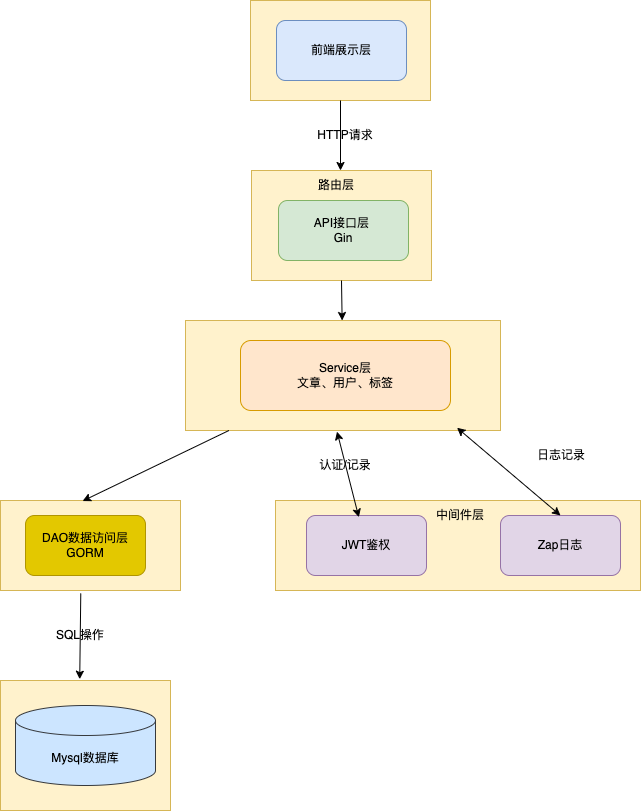
SkyWongHZ/blog_service keeps this draw.io diagram as docs/博客系统搭建/images/博客系统架构图.png. Above is the earlier version. Source tidied: cells renumbered, new cells last; positions are measured from the earlier drawing's top-left corner, leaving out a move shared by most shapes. The source it was exported from:
```xml
<mxGraphModel>
  <root>
    <mxCell id="0" />
    <mxCell id="1" parent="0" />
    <mxCell id="2" style="rounded=0;whiteSpace=wrap;html=1;fillColor=#fff2cc;strokeColor=#d6b656;" parent="1" vertex="1">
      <mxGeometry x="275" y="500" width="365" height="90" as="geometry" />
    </mxCell>
    <mxCell id="3" style="rounded=0;whiteSpace=wrap;html=1;fillColor=#fff2cc;strokeColor=#d6b656;" parent="1" vertex="1">
      <mxGeometry y="680" width="170" height="130" as="geometry" />
    </mxCell>
    <mxCell id="4" style="rounded=0;whiteSpace=wrap;html=1;fillColor=#fff2cc;strokeColor=#d6b656;" parent="1" vertex="1">
      <mxGeometry x="185" y="320" width="315" height="110" as="geometry" />
    </mxCell>
    <mxCell id="5" style="rounded=0;whiteSpace=wrap;html=1;fillColor=#fff2cc;strokeColor=#d6b656;" parent="1" vertex="1">
      <mxGeometry x="251" y="170" width="180" height="110" as="geometry" />
    </mxCell>
    <mxCell id="6" style="rounded=0;whiteSpace=wrap;html=1;fillColor=#fff2cc;strokeColor=#d6b656;" parent="1" vertex="1">
      <mxGeometry x="250" width="180" height="100" as="geometry" />
    </mxCell>
    <mxCell id="7" value="API接口层&amp;nbsp;&lt;br&gt;Gin" style="rounded=1;whiteSpace=wrap;html=1;fillColor=#d5e8d4;strokeColor=#82b366;" parent="1" vertex="1">
      <mxGeometry x="278" y="200" width="130" height="60" as="geometry" />
    </mxCell>
    <mxCell id="8" value="前端展示层" style="rounded=1;whiteSpace=wrap;html=1;fillColor=#dae8fc;strokeColor=#6c8ebf;" parent="1" vertex="1">
      <mxGeometry x="276" y="20" width="130" height="60" as="geometry" />
    </mxCell>
    <mxCell id="9" value="Mysql数据库" style="shape=cylinder3;whiteSpace=wrap;html=1;boundedLbl=1;backgroundOutline=1;size=15;fillColor=#cce5ff;strokeColor=#36393d;" parent="1" vertex="1">
      <mxGeometry x="15" y="705" width="140" height="80" as="geometry" />
    </mxCell>
    <mxCell id="10" value="Service层&lt;br&gt;文章、用户、标签" style="rounded=1;whiteSpace=wrap;html=1;fillColor=#ffe6cc;strokeColor=#d79b00;" parent="1" vertex="1">
      <mxGeometry x="240" y="340" width="210" height="70" as="geometry" />
    </mxCell>
    <mxCell id="11" value="JWT鉴权" style="rounded=1;whiteSpace=wrap;html=1;fillColor=#e1d5e7;strokeColor=#9673a6;" parent="1" vertex="1">
      <mxGeometry x="306" y="515" width="120" height="60" as="geometry" />
    </mxCell>
    <mxCell id="12" value="Zap日志" style="rounded=1;whiteSpace=wrap;html=1;fillColor=#e1d5e7;strokeColor=#9673a6;" parent="1" vertex="1">
      <mxGeometry x="500" y="515" width="120" height="60" as="geometry" />
    </mxCell>
    <mxCell id="13" value="路由层" style="text;strokeColor=none;align=center;fillColor=none;html=1;verticalAlign=middle;whiteSpace=wrap;rounded=0;" parent="1" vertex="1">
      <mxGeometry x="306" y="170" width="60" height="30" as="geometry" />
    </mxCell>
    <mxCell id="14" value="HTTP请求" style="text;strokeColor=none;align=center;fillColor=none;html=1;verticalAlign=middle;whiteSpace=wrap;rounded=0;" parent="1" vertex="1">
      <mxGeometry x="315" y="120" width="60" height="30" as="geometry" />
    </mxCell>
    <mxCell id="15" style="rounded=0;whiteSpace=wrap;html=1;fillColor=#fff2cc;strokeColor=#d6b656;" parent="1" vertex="1">
      <mxGeometry y="500" width="180" height="90" as="geometry" />
    </mxCell>
    <mxCell id="16" value="DAO数据访问层GORM" style="rounded=1;whiteSpace=wrap;html=1;fillColor=#e3c800;fontColor=#000000;strokeColor=#B09500;" parent="1" vertex="1">
      <mxGeometry x="25" y="515" width="120" height="60" as="geometry" />
    </mxCell>
    <mxCell id="17" value="中间件层" style="text;strokeColor=none;align=center;fillColor=none;html=1;verticalAlign=middle;whiteSpace=wrap;rounded=0;" parent="1" vertex="1">
      <mxGeometry x="430" y="500" width="60" height="30" as="geometry" />
    </mxCell>
    <mxCell id="18" value="SQL操作" style="text;strokeColor=none;align=center;fillColor=none;html=1;verticalAlign=middle;whiteSpace=wrap;rounded=0;" parent="1" vertex="1">
      <mxGeometry x="50" y="620" width="60" height="30" as="geometry" />
    </mxCell>
    <mxCell id="19" style="endArrow=classic;html=1;rounded=0;exitX=0.446;exitY=1.033;exitDx=0;exitDy=0;exitPerimeter=0;entryX=0.466;entryY=-0.01;entryDx=0;entryDy=0;entryPerimeter=0;" parent="1" edge="1" source="15" target="3">
      <mxGeometry relative="1" as="geometry" />
    </mxCell>
    <mxCell id="20" value="认证/记录" style="text;strokeColor=none;align=center;fillColor=none;html=1;verticalAlign=middle;whiteSpace=wrap;rounded=0;" parent="1" vertex="1">
      <mxGeometry x="315" y="450" width="60" height="30" as="geometry" />
    </mxCell>
    <mxCell id="21" style="endArrow=classic;startArrow=classic;html=1;rounded=0;entryX=0.481;entryY=1.01;entryDx=0;entryDy=0;entryPerimeter=0;exitX=0.436;exitY=0.029;exitDx=0;exitDy=0;exitPerimeter=0;" parent="1" edge="1" source="11" target="4">
      <mxGeometry relative="1" as="geometry" />
    </mxCell>
    <mxCell id="22" value="日志记录" style="text;strokeColor=none;align=center;fillColor=none;html=1;verticalAlign=middle;whiteSpace=wrap;rounded=0;" parent="1" vertex="1">
      <mxGeometry x="531" y="440" width="60" height="30" as="geometry" />
    </mxCell>
    <mxCell id="23" style="endArrow=classic;html=1;rounded=0;exitX=0.5;exitY=1;exitDx=0;exitDy=0;" parent="1" edge="1" source="6">
      <mxGeometry relative="1" as="geometry">
        <mxPoint x="340" y="170" as="targetPoint" />
      </mxGeometry>
    </mxCell>
    <mxCell id="24" style="endArrow=classic;html=1;rounded=0;exitX=0.5;exitY=1;exitDx=0;exitDy=0;" parent="1" edge="1" source="5" target="4">
      <mxGeometry relative="1" as="geometry" />
    </mxCell>
    <mxCell id="25" style="endArrow=classic;html=1;rounded=0;entryX=0.456;entryY=0.006;entryDx=0;entryDy=0;entryPerimeter=0;" parent="1" edge="1" source="4" target="15">
      <mxGeometry relative="1" as="geometry" />
    </mxCell>
    <mxCell id="26" style="endArrow=classic;startArrow=classic;html=1;rounded=0;exitX=0.862;exitY=0.975;exitDx=0;exitDy=0;exitPerimeter=0;entryX=0.5;entryY=0;entryDx=0;entryDy=0;" parent="1" edge="1" source="4" target="12">
      <mxGeometry relative="1" as="geometry" />
    </mxCell>
  </root>
</mxGraphModel>
```
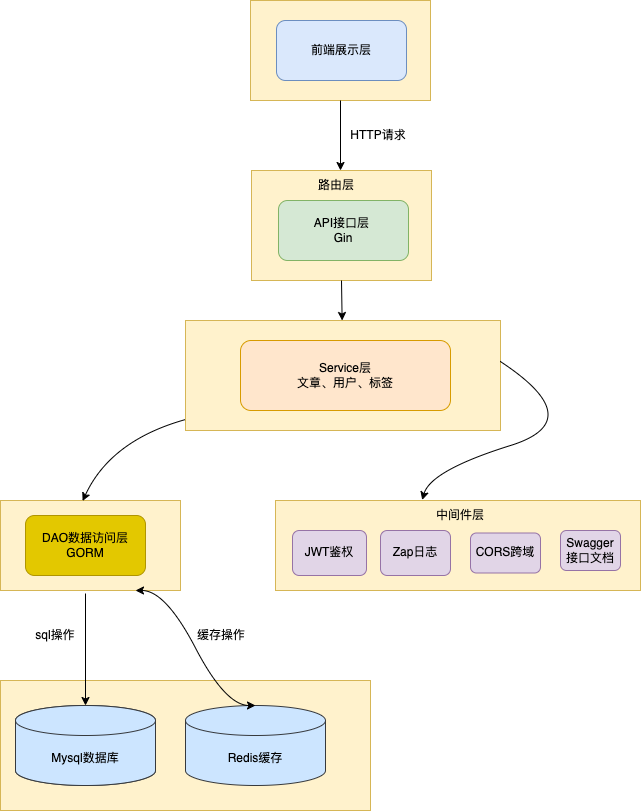
The same diagram one commit later.

What changed in the source:
```diff
@@ -6,7 +6,7 @@
       <mxGeometry x="275" y="500" width="365" height="90" as="geometry" />
     </mxCell>
     <mxCell id="3" style="rounded=0;whiteSpace=wrap;html=1;fillColor=#fff2cc;strokeColor=#d6b656;" parent="1" vertex="1">
-      <mxGeometry y="680" width="170" height="130" as="geometry" />
+      <mxGeometry y="680" width="370" height="130" as="geometry" />
     </mxCell>
     <mxCell id="4" style="rounded=0;whiteSpace=wrap;html=1;fillColor=#fff2cc;strokeColor=#d6b656;" parent="1" vertex="1">
       <mxGeometry x="185" y="320" width="315" height="110" as="geometry" />
@@ -30,16 +30,16 @@
       <mxGeometry x="240" y="340" width="210" height="70" as="geometry" />
     </mxCell>
     <mxCell id="11" value="JWT鉴权" style="rounded=1;whiteSpace=wrap;html=1;fillColor=#e1d5e7;strokeColor=#9673a6;" parent="1" vertex="1">
-      <mxGeometry x="306" y="515" width="120" height="60" as="geometry" />
+      <mxGeometry x="292" y="530" width="74" height="45" as="geometry" />
     </mxCell>
     <mxCell id="12" value="Zap日志" style="rounded=1;whiteSpace=wrap;html=1;fillColor=#e1d5e7;strokeColor=#9673a6;" parent="1" vertex="1">
-      <mxGeometry x="500" y="515" width="120" height="60" as="geometry" />
+      <mxGeometry x="380" y="530" width="70" height="45" as="geometry" />
     </mxCell>
     <mxCell id="13" value="路由层" style="text;strokeColor=none;align=center;fillColor=none;html=1;verticalAlign=middle;whiteSpace=wrap;rounded=0;" parent="1" vertex="1">
       <mxGeometry x="306" y="170" width="60" height="30" as="geometry" />
     </mxCell>
     <mxCell id="14" value="HTTP请求" style="text;strokeColor=none;align=center;fillColor=none;html=1;verticalAlign=middle;whiteSpace=wrap;rounded=0;" parent="1" vertex="1">
-      <mxGeometry x="315" y="120" width="60" height="30" as="geometry" />
+      <mxGeometry x="348" y="120" width="60" height="30" as="geometry" />
     </mxCell>
     <mxCell id="15" style="rounded=0;whiteSpace=wrap;html=1;fillColor=#fff2cc;strokeColor=#d6b656;" parent="1" vertex="1">
       <mxGeometry y="500" width="180" height="90" as="geometry" />
@@ -50,21 +50,11 @@
     <mxCell id="17" value="中间件层" style="text;strokeColor=none;align=center;fillColor=none;html=1;verticalAlign=middle;whiteSpace=wrap;rounded=0;" parent="1" vertex="1">
       <mxGeometry x="430" y="500" width="60" height="30" as="geometry" />
     </mxCell>
-    <mxCell id="18" value="SQL操作" style="text;strokeColor=none;align=center;fillColor=none;html=1;verticalAlign=middle;whiteSpace=wrap;rounded=0;" parent="1" vertex="1">
-      <mxGeometry x="50" y="620" width="60" height="30" as="geometry" />
-    </mxCell>
-    <mxCell id="19" style="endArrow=classic;html=1;rounded=0;exitX=0.446;exitY=1.033;exitDx=0;exitDy=0;exitPerimeter=0;entryX=0.466;entryY=-0.01;entryDx=0;entryDy=0;entryPerimeter=0;" parent="1" edge="1" source="15" target="3">
-      <mxGeometry relative="1" as="geometry" />
+    <mxCell id="19" style="endArrow=classic;html=1;rounded=0;entryX=0.5;entryY=0;entryDx=0;entryDy=0;entryPerimeter=0;" parent="1" edge="1" target="27">
+      <mxGeometry relative="1" as="geometry">
+        <mxPoint x="85" y="593" as="sourcePoint" />
+      </mxGeometry>
     </mxCell>
-    <mxCell id="20" value="认证/记录" style="text;strokeColor=none;align=center;fillColor=none;html=1;verticalAlign=middle;whiteSpace=wrap;rounded=0;" parent="1" vertex="1">
-      <mxGeometry x="315" y="450" width="60" height="30" as="geometry" />
-    </mxCell>
-    <mxCell id="21" style="endArrow=classic;startArrow=classic;html=1;rounded=0;entryX=0.481;entryY=1.01;entryDx=0;entryDy=0;entryPerimeter=0;exitX=0.436;exitY=0.029;exitDx=0;exitDy=0;exitPerimeter=0;" parent="1" edge="1" source="11" target="4">
-      <mxGeometry relative="1" as="geometry" />
-    </mxCell>
-    <mxCell id="22" value="日志记录" style="text;strokeColor=none;align=center;fillColor=none;html=1;verticalAlign=middle;whiteSpace=wrap;rounded=0;" parent="1" vertex="1">
-      <mxGeometry x="531" y="440" width="60" height="30" as="geometry" />
-    </mxCell>
     <mxCell id="23" style="endArrow=classic;html=1;rounded=0;exitX=0.5;exitY=1;exitDx=0;exitDy=0;" parent="1" edge="1" source="6">
       <mxGeometry relative="1" as="geometry">
         <mxPoint x="340" y="170" as="targetPoint" />
@@ -73,11 +63,41 @@
     <mxCell id="24" style="endArrow=classic;html=1;rounded=0;exitX=0.5;exitY=1;exitDx=0;exitDy=0;" parent="1" edge="1" source="5" target="4">
       <mxGeometry relative="1" as="geometry" />
     </mxCell>
-    <mxCell id="25" style="endArrow=classic;html=1;rounded=0;entryX=0.456;entryY=0.006;entryDx=0;entryDy=0;entryPerimeter=0;" parent="1" edge="1" source="4" target="15">
-      <mxGeometry relative="1" as="geometry" />
+    <mxCell id="25" style="endArrow=classic;html=1;rounded=0;entryX=0.456;entryY=0.006;entryDx=0;entryDy=0;entryPerimeter=0;curved=1;" parent="1" edge="1" source="4" target="15">
+      <mxGeometry relative="1" as="geometry">
+        <Array as="points">
+          <mxPoint x="110" y="440" />
+        </Array>
+      </mxGeometry>
     </mxCell>
-    <mxCell id="26" style="endArrow=classic;startArrow=classic;html=1;rounded=0;exitX=0.862;exitY=0.975;exitDx=0;exitDy=0;exitPerimeter=0;entryX=0.5;entryY=0;entryDx=0;entryDy=0;" parent="1" edge="1" source="4" target="12">
-      <mxGeometry relative="1" as="geometry" />
-    </mxCell>
+    <mxCell id="27" value="Mysql数据库" style="shape=cylinder3;whiteSpace=wrap;html=1;boundedLbl=1;backgroundOutline=1;size=15;fillColor=#cce5ff;strokeColor=#36393d;" parent="1" vertex="1">
+      <mxGeometry x="15" y="705" width="140" height="80" as="geometry" />
+    </mxCell>
+    <mxCell id="28" value="Redis缓存" style="shape=cylinder3;whiteSpace=wrap;html=1;boundedLbl=1;backgroundOutline=1;size=15;fillColor=#cce5ff;strokeColor=#36393d;" parent="1" vertex="1">
+      <mxGeometry x="185" y="705" width="140" height="80" as="geometry" />
+    </mxCell>
+    <mxCell id="29" value="sql操作" style="text;strokeColor=none;align=center;fillColor=none;html=1;verticalAlign=middle;whiteSpace=wrap;rounded=0;" parent="1" vertex="1">
+      <mxGeometry x="25" y="620" width="60" height="30" as="geometry" />
+    </mxCell>
+    <mxCell id="30" style="endArrow=classic;startArrow=classic;html=1;rounded=0;exitX=0.75;exitY=1;exitDx=0;exitDy=0;entryX=0.5;entryY=0;entryDx=0;entryDy=0;entryPerimeter=0;edgeStyle=entityRelationEdgeStyle;curved=1;" parent="1" edge="1" source="15" target="28">
+      <mxGeometry relative="1" as="geometry" />
+    </mxCell>
+    <mxCell id="31" value="缓存操作" style="text;strokeColor=none;align=center;fillColor=none;html=1;verticalAlign=middle;whiteSpace=wrap;rounded=0;" parent="1" vertex="1">
+      <mxGeometry x="191" y="620" width="60" height="30" as="geometry" />
+    </mxCell>
+    <mxCell id="32" value="CORS跨域" style="rounded=1;whiteSpace=wrap;html=1;fillColor=#e1d5e7;strokeColor=#9673a6;" parent="1" vertex="1">
+      <mxGeometry x="470" y="532.5" width="70" height="40" as="geometry" />
+    </mxCell>
+    <mxCell id="33" value="Swagger接口文档" style="rounded=1;whiteSpace=wrap;html=1;fillColor=#e1d5e7;strokeColor=#9673a6;" parent="1" vertex="1">
+      <mxGeometry x="560" y="530" width="60" height="40" as="geometry" />
+    </mxCell>
+    <mxCell id="34" style="endArrow=classic;html=1;rounded=0;exitX=0.998;exitY=0.37;exitDx=0;exitDy=0;entryX=0.402;entryY=-0.005;entryDx=0;entryDy=0;entryPerimeter=0;curved=1;exitPerimeter=0;" parent="1" edge="1" source="4" target="2">
+      <mxGeometry relative="1" as="geometry">
+        <Array as="points">
+          <mxPoint x="590" y="420" />
+          <mxPoint x="430" y="470" />
+        </Array>
+      </mxGeometry>
+    </mxCell>
   </root>
 </mxGraphModel>
```
